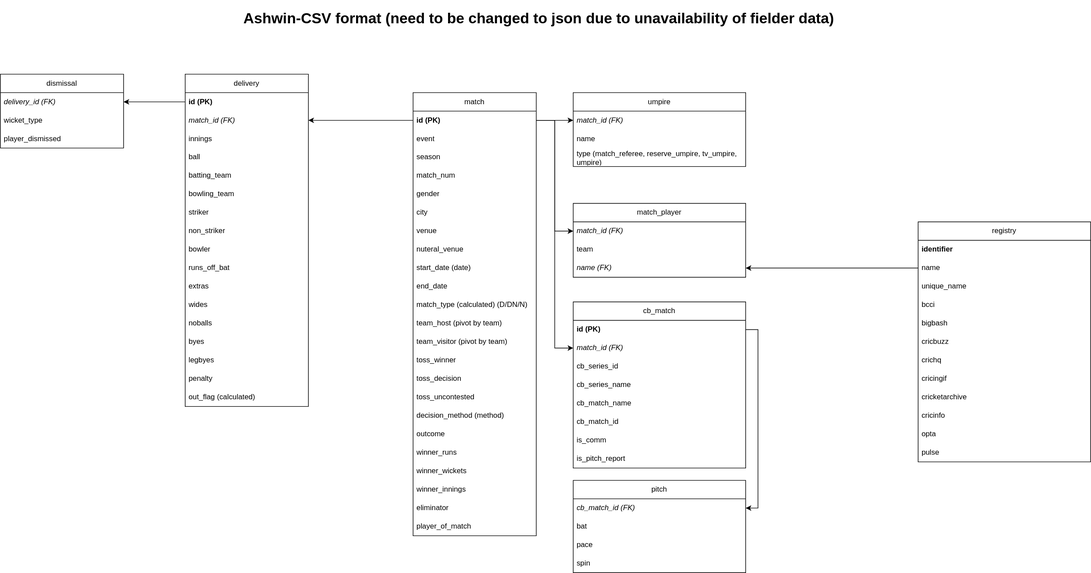
Above: project/design/Cricsheet_DataModel_csv.svg in shyamdr/Dream11 (draw.io), before the change. Source tidied: cells renumbered, new cells last; positions are measured from the earlier drawing's top-left corner, leaving out a move shared by most shapes.
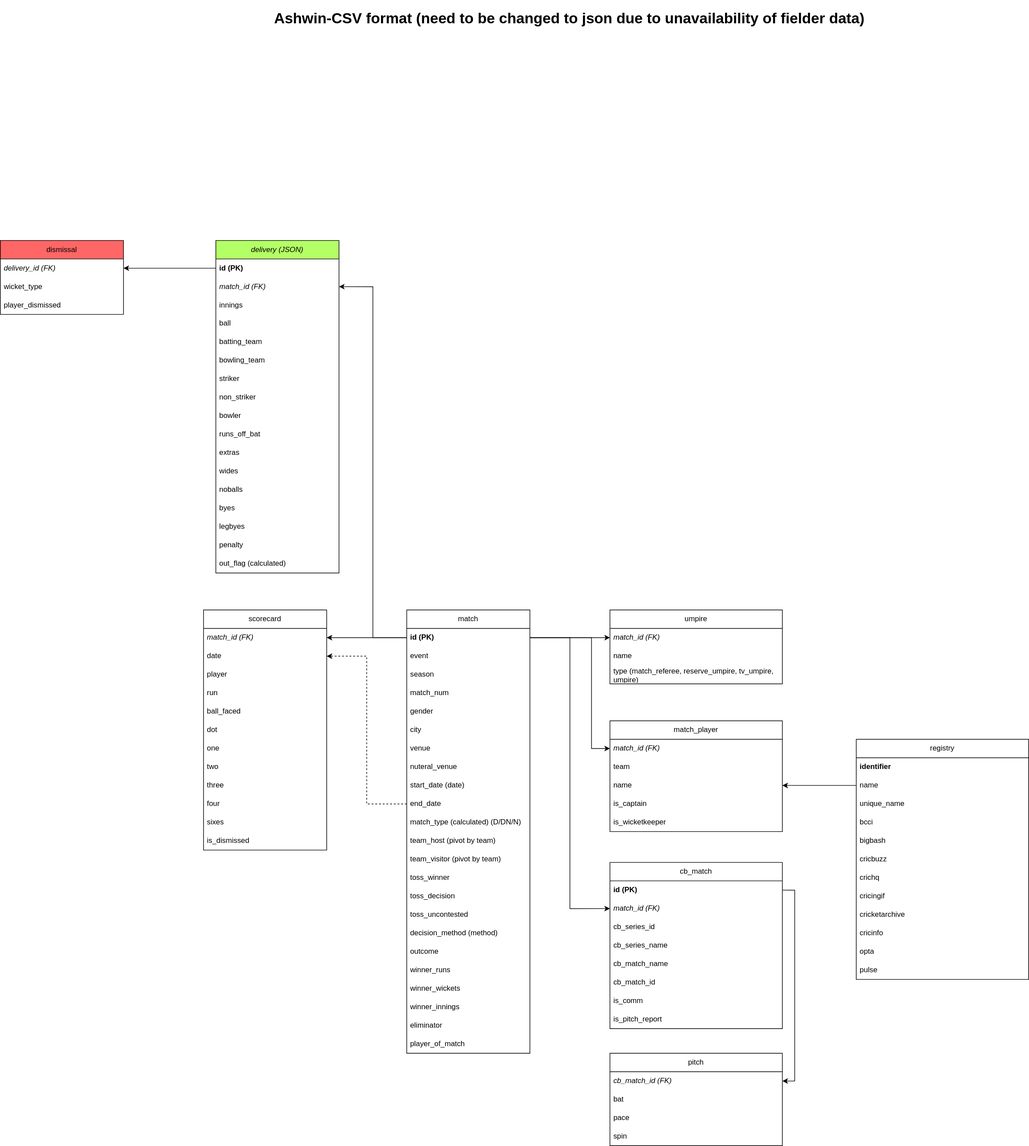
After the change.

Commit message:
requirements and updating data model

The edit, as a diff of the source:
```diff
@@ -3,10 +3,10 @@
     <mxCell id="0" />
     <mxCell id="1" parent="0" />
     <mxCell id="2" value="&lt;h1&gt;Ashwin-CSV format (need to be changed to json due to unavailability of fielder data)&lt;/h1&gt;&lt;div&gt;&lt;br&gt;&lt;/div&gt;&lt;div&gt;&lt;br&gt;&lt;/div&gt;" style="text;html=1;strokeColor=none;fillColor=none;spacing=5;spacingTop=-20;whiteSpace=wrap;overflow=hidden;rounded=0;" parent="1" vertex="1">
-      <mxGeometry x="390" width="1030" height="40" as="geometry" />
+      <mxGeometry x="380" y="-840" width="1030" height="40" as="geometry" />
     </mxCell>
     <mxCell id="3" value="match" style="swimlane;fontStyle=0;horizontal=1;startSize=30;whiteSpace=wrap;html=1;" parent="1" vertex="1">
-      <mxGeometry x="670" y="140" width="200" height="720" as="geometry" />
+      <mxGeometry x="600" y="140" width="200" height="720" as="geometry" />
     </mxCell>
     <mxCell id="4" value="&lt;b&gt;id (PK)&lt;/b&gt;" style="text;strokeColor=none;fillColor=none;align=left;verticalAlign=middle;spacingLeft=4;spacingRight=4;overflow=hidden;points=[[0,0.5],[1,0.5]];portConstraint=eastwest;whiteSpace=wrap;html=1;" parent="3" vertex="1">
       <mxGeometry y="30" width="200" height="30" as="geometry" />
@@ -93,7 +93,7 @@
       <mxGeometry relative="1" as="geometry" />
     </mxCell>
     <mxCell id="32" value="match_player" style="swimlane;fontStyle=0;horizontal=1;startSize=30;whiteSpace=wrap;html=1;" parent="1" vertex="1">
-      <mxGeometry x="930" y="320" width="280" height="120" as="geometry" />
+      <mxGeometry x="930" y="320" width="280" height="180" as="geometry" />
     </mxCell>
     <mxCell id="33" value="&lt;i&gt;match_id (FK)&lt;/i&gt;" style="text;strokeColor=none;fillColor=none;align=left;verticalAlign=middle;spacingLeft=4;spacingRight=4;overflow=hidden;points=[[0,0.5],[1,0.5]];portConstraint=eastwest;whiteSpace=wrap;html=1;" parent="32" vertex="1">
       <mxGeometry y="30" width="280" height="30" as="geometry" />
@@ -101,9 +101,15 @@
     <mxCell id="34" value="team" style="text;strokeColor=none;fillColor=none;align=left;verticalAlign=middle;spacingLeft=4;spacingRight=4;overflow=hidden;whiteSpace=wrap;html=1;" parent="32" vertex="1">
       <mxGeometry y="60" width="280" height="30" as="geometry" />
     </mxCell>
-    <mxCell id="35" value="&lt;i&gt;name (FK)&lt;/i&gt;" style="text;strokeColor=none;fillColor=none;align=left;verticalAlign=middle;spacingLeft=4;spacingRight=4;overflow=hidden;points=[[0,0.5],[1,0.5]];portConstraint=eastwest;whiteSpace=wrap;html=1;" parent="32" vertex="1">
+    <mxCell id="35" value="name" style="text;strokeColor=none;fillColor=none;align=left;verticalAlign=middle;spacingLeft=4;spacingRight=4;overflow=hidden;points=[[0,0.5],[1,0.5]];portConstraint=eastwest;whiteSpace=wrap;html=1;" parent="32" vertex="1">
       <mxGeometry y="90" width="280" height="30" as="geometry" />
     </mxCell>
+    <mxCell id="91" value="is_captain" style="text;strokeColor=none;fillColor=none;align=left;verticalAlign=middle;spacingLeft=4;spacingRight=4;overflow=hidden;whiteSpace=wrap;html=1;" parent="32" vertex="1">
+      <mxGeometry y="120" width="280" height="30" as="geometry" />
+    </mxCell>
+    <mxCell id="92" value="is_wicketkeeper" style="text;strokeColor=none;fillColor=none;align=left;verticalAlign=middle;spacingLeft=4;spacingRight=4;overflow=hidden;whiteSpace=wrap;html=1;" parent="32" vertex="1">
+      <mxGeometry y="150" width="280" height="30" as="geometry" />
+    </mxCell>
     <mxCell id="36" style="edgeStyle=orthogonalEdgeStyle;rounded=0;jettySize=auto;html=1;exitX=1;exitY=0.5;exitDx=0;exitDy=0;entryX=0;entryY=0.5;entryDx=0;entryDy=0;" parent="1" edge="1" source="4" target="33">
       <mxGeometry relative="1" as="geometry">
         <Array as="points">
@@ -113,7 +119,7 @@
       </mxGeometry>
     </mxCell>
     <mxCell id="37" value="registry" style="swimlane;fontStyle=0;horizontal=1;startSize=30;whiteSpace=wrap;html=1;" parent="1" vertex="1">
-      <mxGeometry x="1490" y="350" width="280" height="390" as="geometry" />
+      <mxGeometry x="1330" y="350" width="280" height="390" as="geometry" />
     </mxCell>
     <mxCell id="38" value="&lt;b&gt;identifier&lt;/b&gt;" style="text;strokeColor=none;fillColor=none;align=left;verticalAlign=middle;spacingLeft=4;spacingRight=4;overflow=hidden;whiteSpace=wrap;html=1;" parent="37" vertex="1">
       <mxGeometry y="30" width="280" height="30" as="geometry" />
@@ -154,8 +160,8 @@
     <mxCell id="50" style="edgeStyle=orthogonalEdgeStyle;rounded=0;jettySize=auto;html=1;entryX=1;entryY=0.5;entryDx=0;entryDy=0;" parent="1" edge="1" source="39" target="35">
       <mxGeometry relative="1" as="geometry" />
     </mxCell>
-    <mxCell id="51" value="delivery" style="swimlane;fontStyle=0;horizontal=1;startSize=30;whiteSpace=wrap;html=1;" parent="1" vertex="1">
-      <mxGeometry x="300" y="110" width="200" height="540" as="geometry" />
+    <mxCell id="51" value="&lt;i&gt;delivery (JSON)&lt;/i&gt;" style="swimlane;fontStyle=0;horizontal=1;startSize=30;whiteSpace=wrap;html=1;fillColor=#B3FF66;" parent="1" vertex="1">
+      <mxGeometry x="290" y="-460" width="200" height="540" as="geometry" />
     </mxCell>
     <mxCell id="52" value="&lt;b&gt;id (PK)&lt;/b&gt;" style="text;strokeColor=none;fillColor=none;align=left;verticalAlign=middle;spacingLeft=4;spacingRight=4;overflow=hidden;points=[[0,0.5],[1,0.5]];portConstraint=eastwest;whiteSpace=wrap;html=1;" parent="51" vertex="1">
       <mxGeometry y="30" width="200" height="30" as="geometry" />
@@ -211,8 +217,8 @@
     <mxCell id="69" style="edgeStyle=orthogonalEdgeStyle;rounded=0;jettySize=auto;html=1;exitX=0;exitY=0.5;exitDx=0;exitDy=0;entryX=1;entryY=0.5;entryDx=0;entryDy=0;" parent="1" edge="1" source="4" target="53">
       <mxGeometry relative="1" as="geometry" />
     </mxCell>
-    <mxCell id="70" value="dismissal" style="swimlane;fontStyle=0;horizontal=1;startSize=30;whiteSpace=wrap;html=1;" parent="1" vertex="1">
-      <mxGeometry y="110" width="200" height="120" as="geometry" />
+    <mxCell id="70" value="dismissal" style="swimlane;fontStyle=0;horizontal=1;startSize=30;whiteSpace=wrap;html=1;fillColor=#FF6666;" parent="1" vertex="1">
+      <mxGeometry x="-60" y="-460" width="200" height="120" as="geometry" />
     </mxCell>
     <mxCell id="71" value="&lt;i&gt;delivery_id (FK)&lt;/i&gt;" style="text;strokeColor=none;fillColor=none;align=left;verticalAlign=middle;spacingLeft=4;spacingRight=4;overflow=hidden;points=[[0,0.5],[1,0.5]];portConstraint=eastwest;whiteSpace=wrap;html=1;" parent="70" vertex="1">
       <mxGeometry y="30" width="200" height="30" as="geometry" />
@@ -227,7 +233,7 @@
       <mxGeometry relative="1" as="geometry" />
     </mxCell>
     <mxCell id="75" value="pitch" style="swimlane;fontStyle=0;horizontal=1;startSize=30;whiteSpace=wrap;html=1;" parent="1" vertex="1">
-      <mxGeometry x="930" y="770" width="280" height="150" as="geometry" />
+      <mxGeometry x="930" y="860" width="280" height="150" as="geometry" />
     </mxCell>
     <mxCell id="76" value="&lt;i&gt;cb_match_id (FK)&lt;/i&gt;" style="text;strokeColor=none;fillColor=none;align=left;verticalAlign=middle;spacingLeft=4;spacingRight=4;overflow=hidden;points=[[0,0.5],[1,0.5]];portConstraint=eastwest;whiteSpace=wrap;html=1;" parent="75" vertex="1">
       <mxGeometry y="30" width="280" height="30" as="geometry" />
@@ -245,7 +251,7 @@
       <mxGeometry relative="1" as="geometry" />
     </mxCell>
     <mxCell id="81" value="cb_match" style="swimlane;fontStyle=0;horizontal=1;startSize=30;whiteSpace=wrap;html=1;" parent="1" vertex="1">
-      <mxGeometry x="930" y="480" width="280" height="270" as="geometry" />
+      <mxGeometry x="930" y="550" width="280" height="270" as="geometry" />
     </mxCell>
     <mxCell id="82" value="&lt;b&gt;id (PK)&lt;/b&gt;" style="text;strokeColor=none;fillColor=none;align=left;verticalAlign=middle;spacingLeft=4;spacingRight=4;overflow=hidden;points=[[0,0.5],[1,0.5]];portConstraint=eastwest;whiteSpace=wrap;html=1;" parent="81" vertex="1">
       <mxGeometry y="30" width="280" height="30" as="geometry" />
@@ -274,5 +280,50 @@
     <mxCell id="90" style="edgeStyle=orthogonalEdgeStyle;rounded=0;jettySize=auto;html=1;entryX=1;entryY=0.5;entryDx=0;entryDy=0;exitX=1;exitY=0.5;exitDx=0;exitDy=0;" parent="1" edge="1" source="82" target="76">
       <mxGeometry relative="1" as="geometry" />
     </mxCell>
+    <mxCell id="93" value="scorecard" style="swimlane;fontStyle=0;horizontal=1;startSize=30;whiteSpace=wrap;html=1;" parent="1" vertex="1">
+      <mxGeometry x="270" y="140" width="200" height="390" as="geometry" />
+    </mxCell>
+    <mxCell id="94" value="&lt;i style=&quot;&quot;&gt;match_id (FK)&lt;/i&gt;" style="text;strokeColor=none;fillColor=none;align=left;verticalAlign=middle;spacingLeft=4;spacingRight=4;overflow=hidden;points=[[0,0.5],[1,0.5]];portConstraint=eastwest;whiteSpace=wrap;html=1;" parent="93" vertex="1">
+      <mxGeometry y="30" width="200" height="30" as="geometry" />
+    </mxCell>
+    <mxCell id="95" value="date" style="text;strokeColor=none;fillColor=none;align=left;verticalAlign=middle;spacingLeft=4;spacingRight=4;overflow=hidden;points=[[0,0.5],[1,0.5]];portConstraint=eastwest;whiteSpace=wrap;html=1;" parent="93" vertex="1">
+      <mxGeometry y="60" width="200" height="30" as="geometry" />
+    </mxCell>
+    <mxCell id="96" value="player" style="text;strokeColor=none;fillColor=none;align=left;verticalAlign=middle;spacingLeft=4;spacingRight=4;overflow=hidden;whiteSpace=wrap;html=1;" parent="93" vertex="1">
+      <mxGeometry y="90" width="200" height="30" as="geometry" />
+    </mxCell>
+    <mxCell id="97" value="run" style="text;strokeColor=none;fillColor=none;align=left;verticalAlign=middle;spacingLeft=4;spacingRight=4;overflow=hidden;whiteSpace=wrap;html=1;" parent="93" vertex="1">
+      <mxGeometry y="120" width="200" height="30" as="geometry" />
+    </mxCell>
+    <mxCell id="98" value="ball_faced" style="text;strokeColor=none;fillColor=none;align=left;verticalAlign=middle;spacingLeft=4;spacingRight=4;overflow=hidden;whiteSpace=wrap;html=1;" parent="93" vertex="1">
+      <mxGeometry y="150" width="200" height="30" as="geometry" />
+    </mxCell>
+    <mxCell id="99" value="dot" style="text;strokeColor=none;fillColor=none;align=left;verticalAlign=middle;spacingLeft=4;spacingRight=4;overflow=hidden;whiteSpace=wrap;html=1;" parent="93" vertex="1">
+      <mxGeometry y="180" width="200" height="30" as="geometry" />
+    </mxCell>
+    <mxCell id="100" value="one" style="text;strokeColor=none;fillColor=none;align=left;verticalAlign=middle;spacingLeft=4;spacingRight=4;overflow=hidden;whiteSpace=wrap;html=1;" parent="93" vertex="1">
+      <mxGeometry y="210" width="200" height="30" as="geometry" />
+    </mxCell>
+    <mxCell id="101" value="two" style="text;strokeColor=none;fillColor=none;align=left;verticalAlign=middle;spacingLeft=4;spacingRight=4;overflow=hidden;whiteSpace=wrap;html=1;" parent="93" vertex="1">
+      <mxGeometry y="240" width="200" height="30" as="geometry" />
+    </mxCell>
+    <mxCell id="102" value="three" style="text;strokeColor=none;fillColor=none;align=left;verticalAlign=middle;spacingLeft=4;spacingRight=4;overflow=hidden;whiteSpace=wrap;html=1;" parent="93" vertex="1">
+      <mxGeometry y="270" width="200" height="30" as="geometry" />
+    </mxCell>
+    <mxCell id="103" value="four" style="text;strokeColor=none;fillColor=none;align=left;verticalAlign=middle;spacingLeft=4;spacingRight=4;overflow=hidden;whiteSpace=wrap;html=1;" parent="93" vertex="1">
+      <mxGeometry y="300" width="200" height="30" as="geometry" />
+    </mxCell>
+    <mxCell id="104" value="sixes" style="text;strokeColor=none;fillColor=none;align=left;verticalAlign=middle;spacingLeft=4;spacingRight=4;overflow=hidden;whiteSpace=wrap;html=1;" parent="93" vertex="1">
+      <mxGeometry y="330" width="200" height="30" as="geometry" />
+    </mxCell>
+    <mxCell id="105" value="is_dismissed" style="text;strokeColor=none;fillColor=none;align=left;verticalAlign=middle;spacingLeft=4;spacingRight=4;overflow=hidden;whiteSpace=wrap;html=1;" parent="93" vertex="1">
+      <mxGeometry y="360" width="200" height="30" as="geometry" />
+    </mxCell>
+    <mxCell id="106" style="edgeStyle=orthogonalEdgeStyle;rounded=0;jettySize=auto;html=1;exitX=0;exitY=0.5;exitDx=0;exitDy=0;" parent="1" edge="1" source="4" target="94">
+      <mxGeometry relative="1" as="geometry" />
+    </mxCell>
+    <mxCell id="107" style="edgeStyle=orthogonalEdgeStyle;rounded=0;jettySize=auto;html=1;dashed=1;" parent="1" edge="1" source="13" target="95">
+      <mxGeometry relative="1" as="geometry" />
+    </mxCell>
   </root>
 </mxGraphModel>
```
